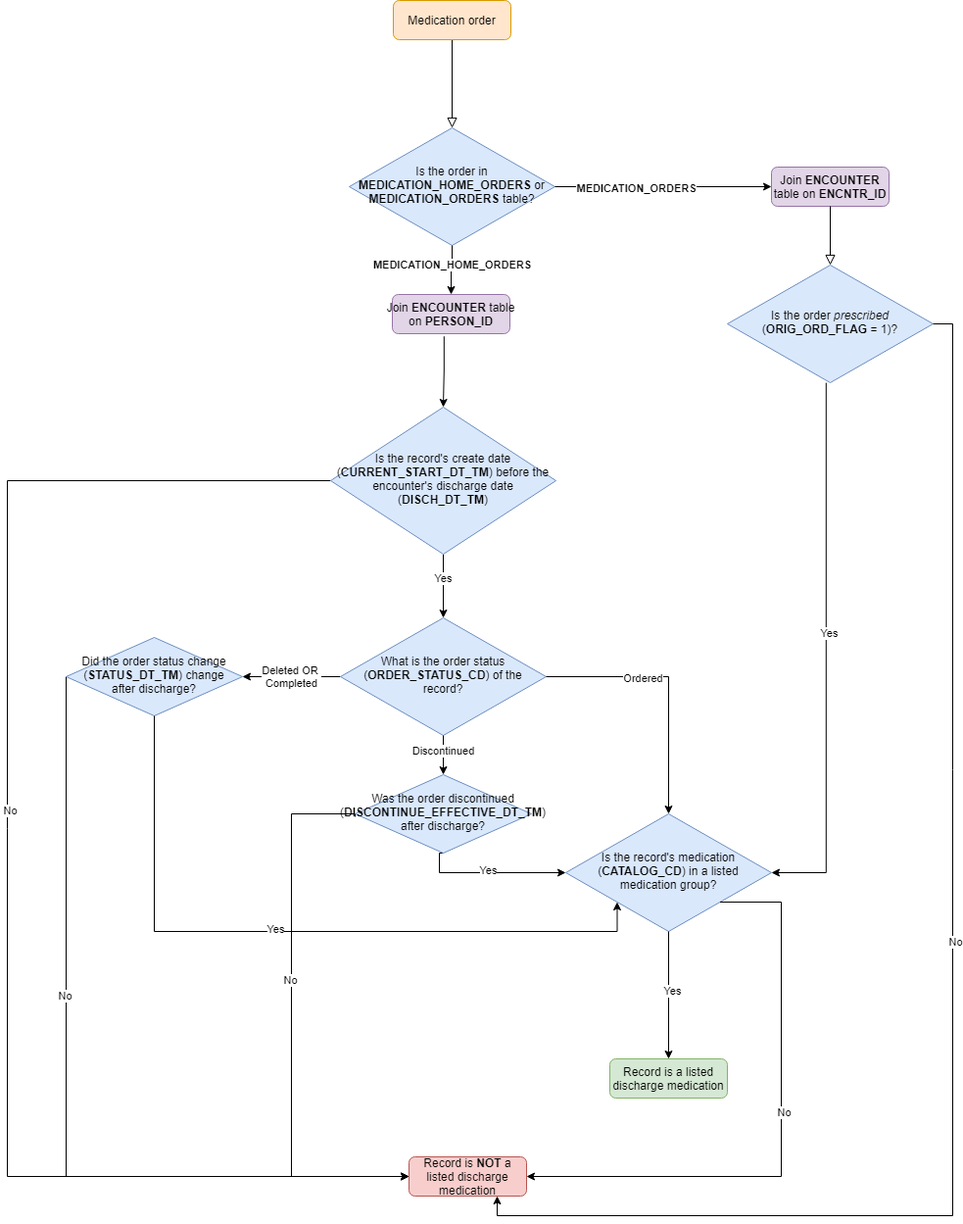
Earlier version of the draw.io export vignettes/img/discharge_meds_flow_diagram.png (harrisonnguyen/hefd). Source tidied: cells renumbered, new cells last; positions are measured from the earlier drawing's top-left corner, leaving out a move shared by most shapes.
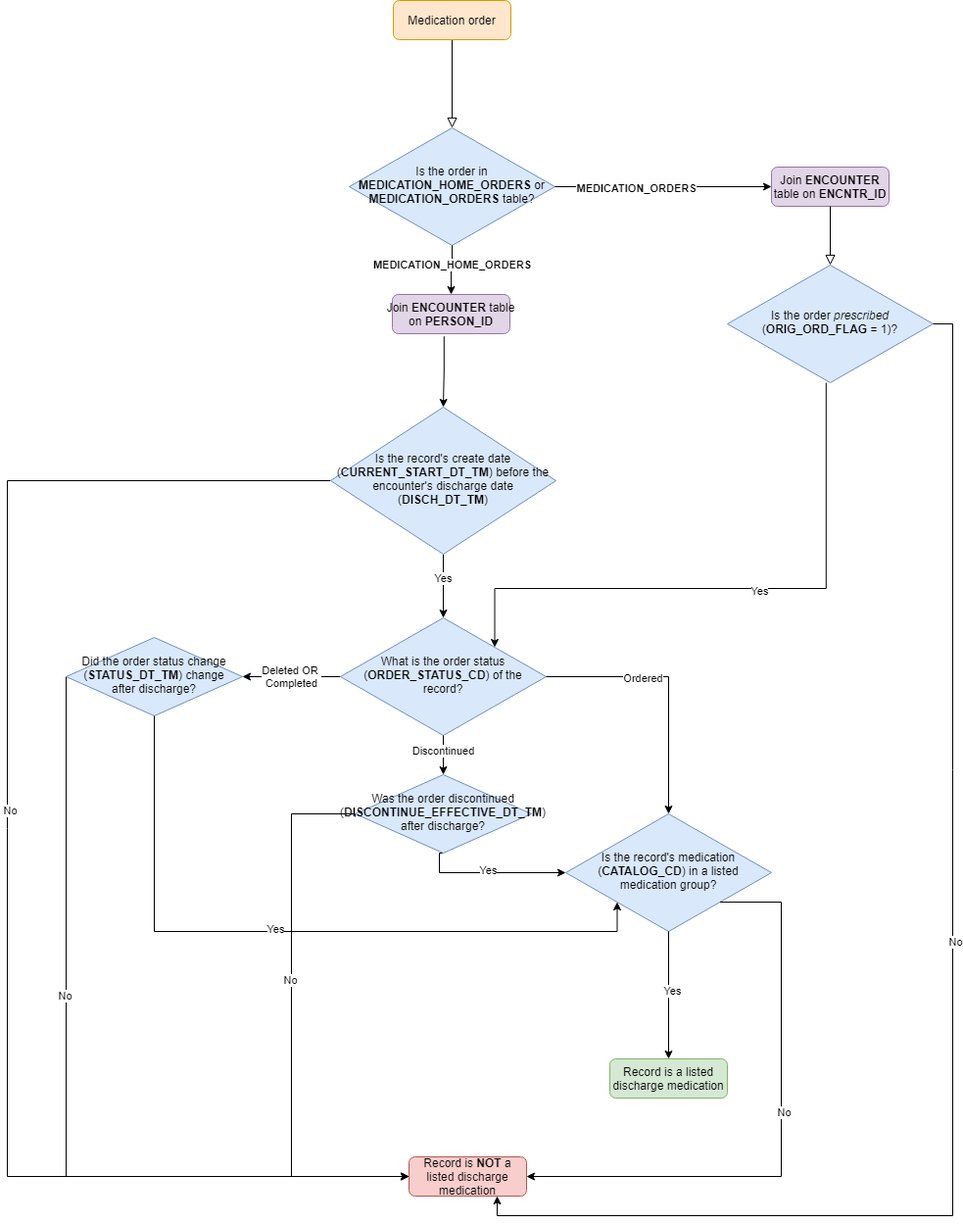
The same file after the commit.

What changed in the source:
```diff
@@ -64,8 +64,13 @@
     <mxCell id="20" value="No" style="edgeLabel;html=1;align=center;verticalAlign=middle;" parent="19" vertex="1">
       <mxGeometry x="-0.08" y="2" relative="1" as="geometry" />
     </mxCell>
-    <mxCell id="21" style="edgeStyle=orthogonalEdgeStyle;rounded=0;jettySize=auto;html=1;entryX=1;entryY=0.5;entryDx=0;entryDy=0;exitX=0.48;exitY=1.001;exitDx=0;exitDy=0;exitPerimeter=0;" parent="1" edge="1" source="7" target="10">
-      <mxGeometry relative="1" as="geometry" />
+    <mxCell id="21" style="edgeStyle=orthogonalEdgeStyle;rounded=0;jettySize=auto;html=1;entryX=1;entryY=0;entryDx=0;entryDy=0;exitX=0.48;exitY=1.001;exitDx=0;exitDy=0;exitPerimeter=0;" parent="1" edge="1" source="7" target="18">
+      <mxGeometry relative="1" as="geometry">
+        <Array as="points">
+          <mxPoint x="836" y="600" />
+          <mxPoint x="498" y="600" />
+        </Array>
+      </mxGeometry>
     </mxCell>
     <mxCell id="22" value="Yes" style="edgeLabel;html=1;align=center;verticalAlign=middle;" parent="21" vertex="1">
       <mxGeometry x="-0.08" y="2" relative="1" as="geometry">
```
